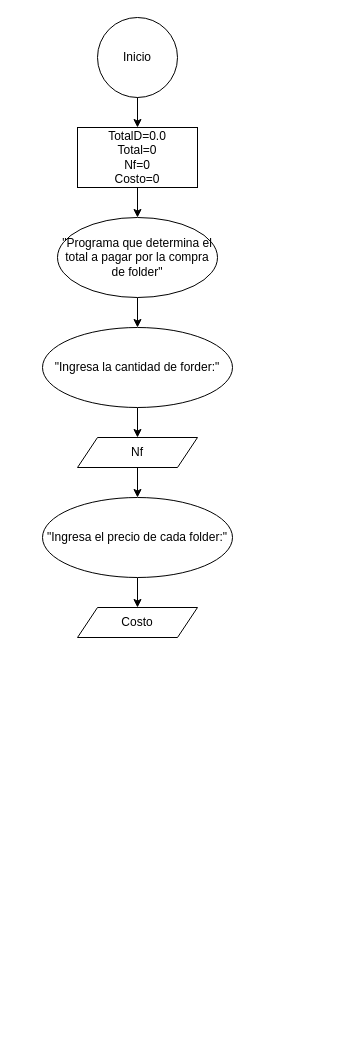
Above: Compra de folders.drawio in GhostDopFerB/dwdwd (draw.io), before the change. Source tidied: cells renumbered, new cells numbered last; positions are measured from the earlier drawing's top-left corner, leaving out a move shared by most shapes. Both pictures are drawn from the tidied source at 100%, with x=0, y=0 at pixel (42, 17).
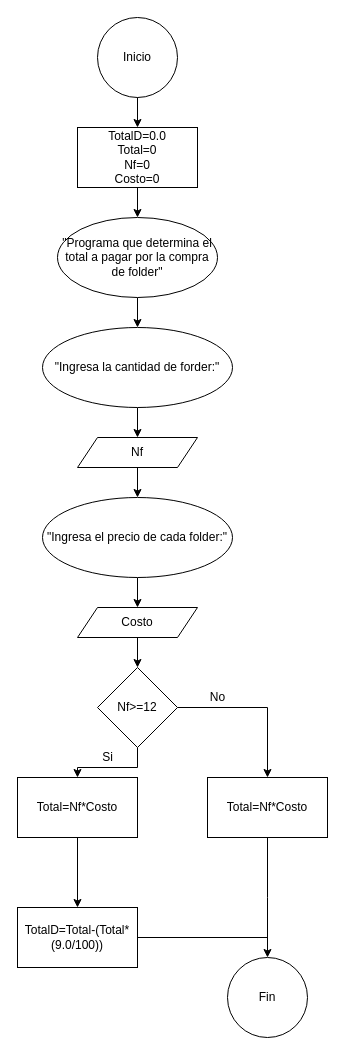
After the change.

The change refers to these unchanged cells:
```xml
<mxCell id="14" value="Costo" style="shape=parallelogram;perimeter=parallelogramPerimeter;whiteSpace=wrap;html=1;fixedSize=1;" parent="1" vertex="1">
  <mxGeometry x="35" y="590" width="120" height="30" as="geometry" />
</mxCell>
```

Diff of the diagram source:
```diff
@@
+    <mxCell id="15" style="edgeStyle=orthogonalEdgeStyle;rounded=0;jettySize=auto;html=1;entryX=0.5;entryY=0;entryDx=0;entryDy=0;" parent="1" edge="1" source="14" target="18">
+      <mxGeometry relative="1" as="geometry" />
+    </mxCell>
@@
+    <mxCell id="16" style="edgeStyle=orthogonalEdgeStyle;rounded=0;jettySize=auto;html=1;entryX=0.5;entryY=0;entryDx=0;entryDy=0;" parent="1" edge="1" source="18" target="21">
+      <mxGeometry relative="1" as="geometry" />
+    </mxCell>
+    <mxCell id="17" style="edgeStyle=orthogonalEdgeStyle;rounded=0;jettySize=auto;html=1;exitX=0.5;exitY=1;exitDx=0;exitDy=0;entryX=0.5;entryY=0;entryDx=0;entryDy=0;" parent="1" edge="1" source="18" target="25">
+      <mxGeometry relative="1" as="geometry" />
+    </mxCell>
+    <mxCell id="18" value="Nf&amp;gt;=12" style="rhombus;whiteSpace=wrap;html=1;" parent="1" vertex="1">
+      <mxGeometry x="55" y="650" width="80" height="80" as="geometry" />
+    </mxCell>
+    <mxCell id="19" value="TotalD=Total-(Total*(9.0/100))" style="rounded=0;whiteSpace=wrap;html=1;" parent="1" vertex="1">
+      <mxGeometry x="-25" y="890" width="120" height="60" as="geometry" />
+    </mxCell>
+    <mxCell id="20" style="edgeStyle=orthogonalEdgeStyle;rounded=0;jettySize=auto;html=1;" parent="1" edge="1" source="21">
+      <mxGeometry relative="1" as="geometry">
+        <mxPoint x="225" y="940" as="targetPoint" />
+      </mxGeometry>
+    </mxCell>
+    <mxCell id="21" value="&lt;span&gt;Total=Nf*Costo&lt;/span&gt;" style="rounded=0;whiteSpace=wrap;html=1;" parent="1" vertex="1">
+      <mxGeometry x="165" y="760" width="120" height="60" as="geometry" />
+    </mxCell>
+    <mxCell id="22" value="Si" style="text;html=1;align=center;verticalAlign=middle;" parent="1" vertex="1">
+      <mxGeometry x="50" y="730" width="30" height="20" as="geometry" />
+    </mxCell>
+    <mxCell id="23" value="No" style="text;html=1;align=center;verticalAlign=middle;" parent="1" vertex="1">
+      <mxGeometry x="160" y="670" width="30" height="20" as="geometry" />
+    </mxCell>
+    <mxCell id="24" style="edgeStyle=orthogonalEdgeStyle;rounded=0;jettySize=auto;html=1;entryX=0.5;entryY=0;entryDx=0;entryDy=0;" parent="1" edge="1" source="25" target="19">
+      <mxGeometry relative="1" as="geometry" />
+    </mxCell>
+    <mxCell id="25" value="Total=Nf*Costo" style="whiteSpace=wrap;html=1;" parent="1" vertex="1">
+      <mxGeometry x="-25" y="760" width="120" height="60" as="geometry" />
+    </mxCell>
+    <mxCell id="26" value="Fin" style="ellipse;whiteSpace=wrap;html=1;" parent="1" vertex="1">
+      <mxGeometry x="185" y="940" width="80" height="80" as="geometry" />
+    </mxCell>
+    <mxCell id="27" style="endArrow=none;html=1;exitX=1;exitY=0.5;exitDx=0;exitDy=0;" parent="1" edge="1" source="19">
+      <mxGeometry relative="1" as="geometry">
+        <mxPoint x="225" y="920" as="targetPoint" />
+      </mxGeometry>
+    </mxCell>
```
